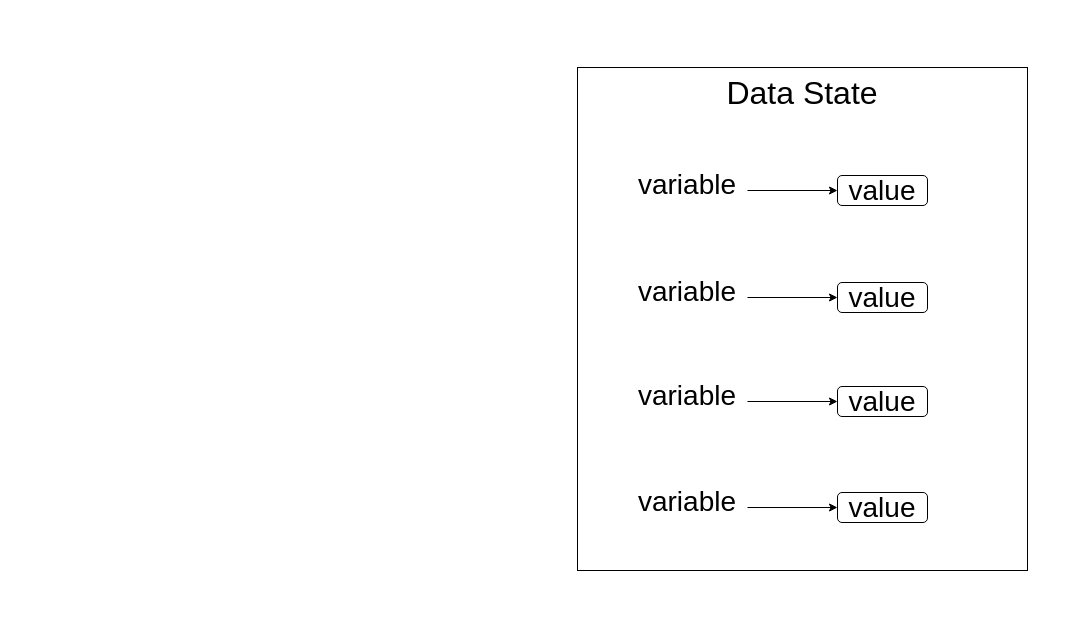
Earlier version of the draw.io diagram page "data-state" (20 of 21) of docs/diagrams.drawio (kushnertodd/basic-data-science-python). Source tidied: cells renumbered, new cells numbered last; positions are measured from the earlier drawing's top-left corner, leaving out a move shared by most shapes. Both pictures are drawn from the tidied source at 100%, with x=0, y=0 at pixel (547, 17).
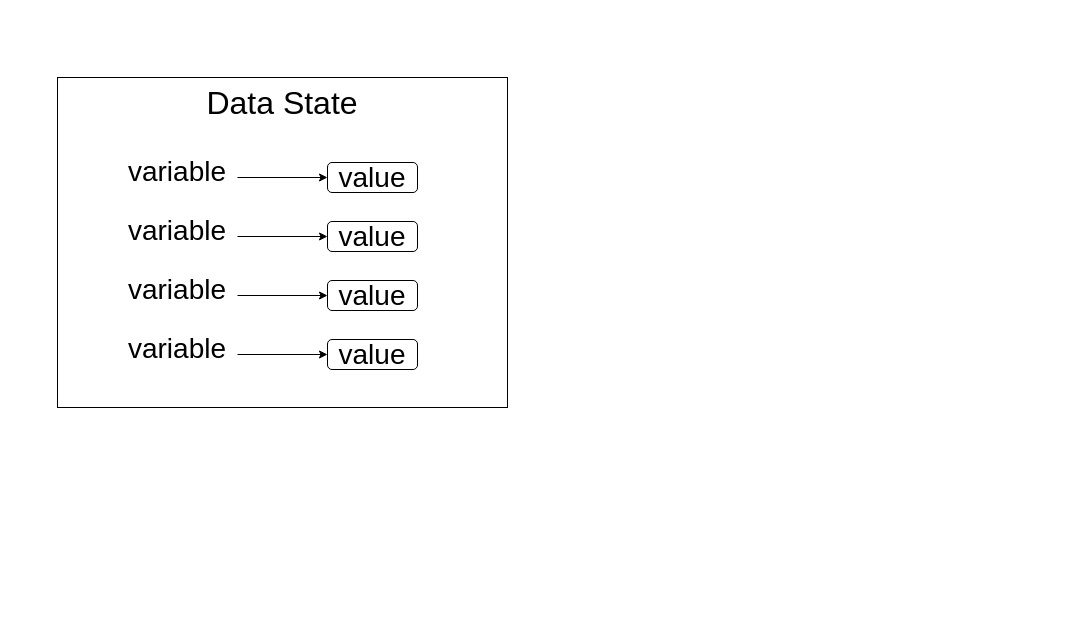
Above is the later version.

Change to the diagram source:
```diff
@@
 <mxGraphModel>
   <root>
     <mxCell id="0" />
     <mxCell id="1" parent="0" />
     <mxCell id="2" value="&lt;span style=&quot;text-align: left;&quot;&gt;&lt;font style=&quot;font-size: 32px;&quot;&gt;Data State&lt;/font&gt;&lt;/span&gt;" style="rounded=0;whiteSpace=wrap;html=1;verticalAlign=top;" parent="1" vertex="1">
-      <mxGeometry x="30" y="50" width="450" height="503" as="geometry" />
+      <mxGeometry x="-490" y="60" width="450" height="330" as="geometry" />
     </mxCell>
     <mxCell id="3" style="group;" parent="1" vertex="1">
-      <mxGeometry x="80" y="354" width="300" height="60" as="geometry" />
+      <mxGeometry x="-430" y="248" width="300" height="60" as="geometry" />
     </mxCell>
     <mxCell id="4" value="&lt;font style=&quot;font-size: 28px;&quot;&gt;value&lt;/font&gt;" style="rounded=1;whiteSpace=wrap;html=1;" parent="3" vertex="1">
       <mxGeometry x="210" y="15" width="90" height="30" as="geometry" />
     </mxCell>
     <mxCell id="5" value="&lt;span style=&quot;text-align: left; line-height: 0%;&quot;&gt;&lt;font style=&quot;font-size: 28px;&quot;&gt;variable&lt;/font&gt;&lt;/span&gt;" style="rounded=0;whiteSpace=wrap;html=1;opacity=0;" parent="3" vertex="1">
       <mxGeometry width="120" height="60" as="geometry" />
     </mxCell>
     <mxCell id="6" style="edgeStyle=orthogonalEdgeStyle;rounded=0;jettySize=auto;html=1;" parent="3" edge="1" source="5" target="4">
       <mxGeometry relative="1" as="geometry" />
     </mxCell>
     <mxCell id="7" style="group;" parent="1" vertex="1">
-      <mxGeometry x="80" y="460" width="300" height="60" as="geometry" />
+      <mxGeometry x="-430" y="307" width="300" height="60" as="geometry" />
     </mxCell>
     <mxCell id="8" value="&lt;font style=&quot;font-size: 28px;&quot;&gt;value&lt;/font&gt;" style="rounded=1;whiteSpace=wrap;html=1;" parent="7" vertex="1">
       <mxGeometry x="210" y="15" width="90" height="30" as="geometry" />
     </mxCell>
     <mxCell id="9" value="&lt;span style=&quot;text-align: left; line-height: 0%;&quot;&gt;&lt;font style=&quot;font-size: 28px;&quot;&gt;variable&lt;/font&gt;&lt;/span&gt;" style="rounded=0;whiteSpace=wrap;html=1;opacity=0;" parent="7" vertex="1">
       <mxGeometry width="120" height="60" as="geometry" />
     </mxCell>
     <mxCell id="10" style="edgeStyle=orthogonalEdgeStyle;rounded=0;jettySize=auto;html=1;" parent="7" edge="1" source="9" target="8">
       <mxGeometry relative="1" as="geometry" />
     </mxCell>
-    <mxCell id="11" value="&lt;font style=&quot;font-size: 28px;&quot;&gt;value&lt;/font&gt;" style="rounded=1;whiteSpace=wrap;html=1;" parent="1" vertex="1">
-      <mxGeometry x="290" y="158" width="90" height="30" as="geometry" />
-    </mxCell>
-    <mxCell id="12" value="&lt;span style=&quot;text-align: left; line-height: 0%;&quot;&gt;&lt;font style=&quot;font-size: 28px;&quot;&gt;variable&lt;/font&gt;&lt;/span&gt;" style="rounded=0;whiteSpace=wrap;html=1;opacity=0;" parent="1" vertex="1">
-      <mxGeometry x="80" y="143" width="120" height="60" as="geometry" />
-    </mxCell>
-    <mxCell id="13" style="edgeStyle=orthogonalEdgeStyle;rounded=0;jettySize=auto;html=1;" parent="1" edge="1" source="12" target="11">
-      <mxGeometry relative="1" as="geometry" />
-    </mxCell>
     <mxCell id="14" style="group;" parent="1" vertex="1">
-      <mxGeometry x="80" y="250" width="300" height="60" as="geometry" />
+      <mxGeometry x="-430" y="189" width="300" height="60" as="geometry" />
     </mxCell>
     <mxCell id="15" value="&lt;font style=&quot;font-size: 28px;&quot;&gt;value&lt;/font&gt;" style="rounded=1;whiteSpace=wrap;html=1;" parent="14" vertex="1">
       <mxGeometry x="210" y="15" width="90" height="30" as="geometry" />
     </mxCell>
     <mxCell id="16" value="&lt;span style=&quot;text-align: left; line-height: 0%;&quot;&gt;&lt;font style=&quot;font-size: 28px;&quot;&gt;variable&lt;/font&gt;&lt;/span&gt;" style="rounded=0;whiteSpace=wrap;html=1;opacity=0;" parent="14" vertex="1">
       <mxGeometry width="120" height="60" as="geometry" />
     </mxCell>
     <mxCell id="17" style="edgeStyle=orthogonalEdgeStyle;rounded=0;jettySize=auto;html=1;" parent="14" edge="1" source="16" target="15">
       <mxGeometry relative="1" as="geometry" />
     </mxCell>
     <mxCell id="18" style="rounded=0;whiteSpace=wrap;html=1;verticalAlign=top;opacity=0;" parent="1" vertex="1">
-      <mxGeometry width="520" height="600" as="geometry" />
+      <mxGeometry x="-530" y="20" width="520" height="410" as="geometry" />
     </mxCell>
+    <mxCell id="19" style="group;" parent="1" vertex="1">
+      <mxGeometry x="-430" y="130" width="300" height="60" as="geometry" />
+    </mxCell>
+    <mxCell id="11" value="&lt;font style=&quot;font-size: 28px;&quot;&gt;value&lt;/font&gt;" style="rounded=1;whiteSpace=wrap;html=1;" parent="19" vertex="1">
+      <mxGeometry x="210" y="15" width="90" height="30" as="geometry" />
+    </mxCell>
+    <mxCell id="12" value="&lt;span style=&quot;text-align: left; line-height: 0%;&quot;&gt;&lt;font style=&quot;font-size: 28px;&quot;&gt;variable&lt;/font&gt;&lt;/span&gt;" style="rounded=0;whiteSpace=wrap;html=1;opacity=0;" parent="19" vertex="1">
+      <mxGeometry width="120" height="60" as="geometry" />
+    </mxCell>
+    <mxCell id="13" style="edgeStyle=orthogonalEdgeStyle;rounded=0;jettySize=auto;html=1;" parent="19" edge="1" source="12" target="11">
+      <mxGeometry relative="1" as="geometry" />
+    </mxCell>
   </root>
 </mxGraphModel>
```
